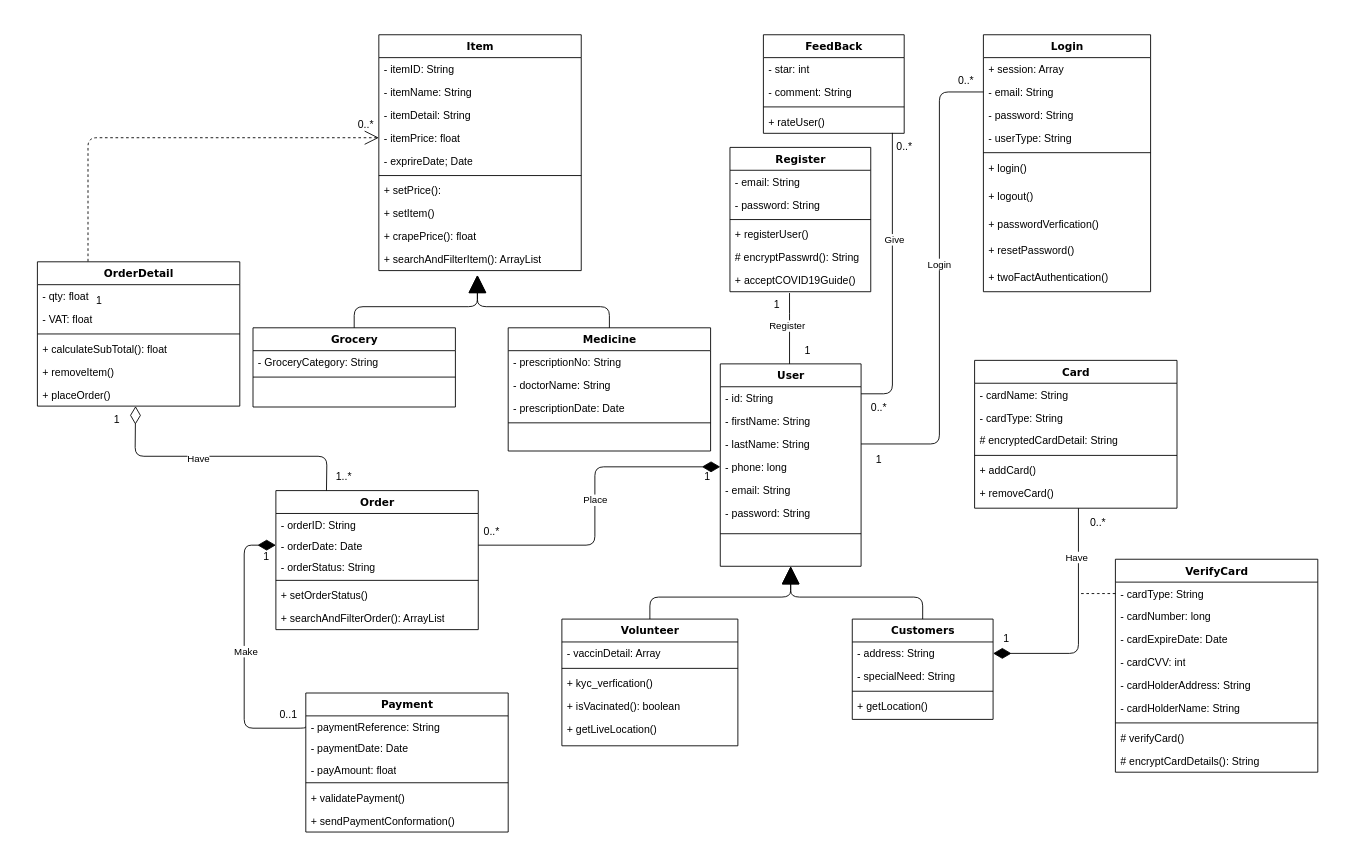
Before: Soft40091 CWK - Class Diagram.drawio in AnjeloM/AnjeloM, a draw.io diagram. Source tidied: cells renumbered, new cells numbered last; positions are measured from the earlier drawing's top-left corner, leaving out a move shared by most shapes. Both pictures are drawn from the tidied source at 88%, with x=0, y=0 at pixel (37, 34).
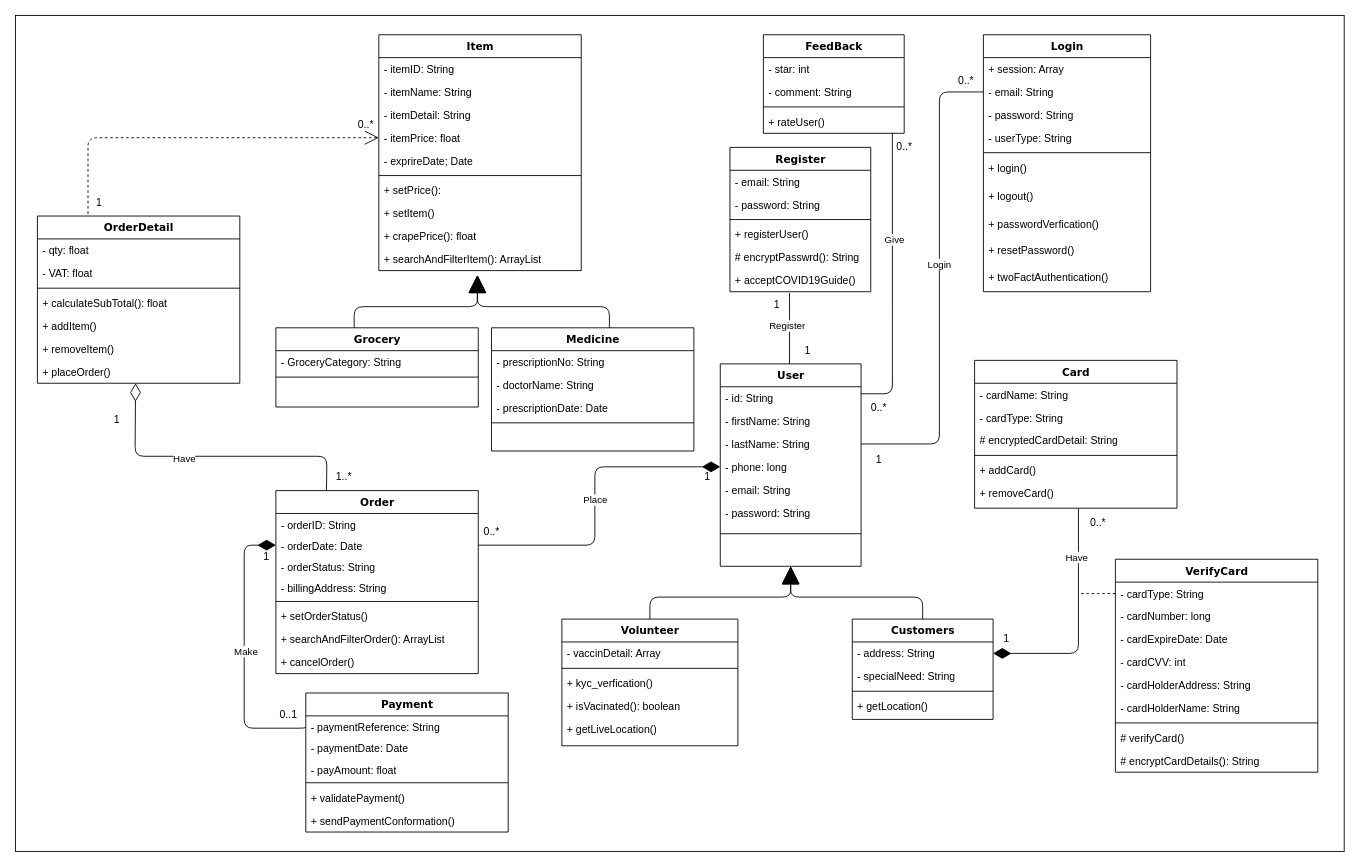
The same diagram, later.

Diff of the diagram source:
```diff
@@
+    <mxCell id="139" style="rounded=0;whiteSpace=wrap;html=1;fillColor=none;" parent="1" vertex="1">
+      <mxGeometry x="-25" y="-22" width="1510" height="950" as="geometry" />
+    </mxCell>
@@
     <mxCell id="62" value="Medicine" style="swimlane;html=1;fontStyle=1;align=center;verticalAlign=top;horizontal=1;startSize=26;swimlaneFillColor=#ffffff;rounded=0;shadow=0;comic=0;labelBackgroundColor=none;strokeWidth=1;fillColor=none;fontFamily=Verdana;fontSize=12;" parent="1" vertex="1">
-      <mxGeometry x="535" y="333" width="230" height="140" as="geometry" />
+      <mxGeometry x="516" y="333" width="230" height="140" as="geometry" />
     </mxCell>
@@
     <mxCell id="68" value="Grocery" style="swimlane;html=1;fontStyle=1;align=center;verticalAlign=top;horizontal=1;startSize=26;swimlaneFillColor=#ffffff;rounded=0;shadow=0;comic=0;labelBackgroundColor=none;strokeWidth=1;fillColor=none;fontFamily=Verdana;fontSize=12;" parent="1" vertex="1">
-      <mxGeometry x="245" y="333" width="230" height="90" as="geometry" />
+      <mxGeometry x="271" y="333" width="230" height="90" as="geometry" />
     </mxCell>
@@
     <mxCell id="73" value="OrderDetail" style="swimlane;html=1;fontStyle=1;align=center;verticalAlign=top;horizontal=1;startSize=26;swimlaneFillColor=#ffffff;rounded=0;shadow=0;comic=0;labelBackgroundColor=none;strokeWidth=1;fillColor=none;fontFamily=Verdana;fontSize=12;" parent="1" vertex="1">
-      <mxGeometry y="258" width="230" height="164" as="geometry" />
+      <mxGeometry y="206" width="230" height="190" as="geometry" />
     </mxCell>
@@
+    <mxCell id="140" value="+ addItem()" style="text;html=1;strokeColor=none;fillColor=none;align=left;verticalAlign=top;spacingLeft=4;spacingRight=4;whiteSpace=wrap;overflow=hidden;" parent="73" vertex="1">
+      <mxGeometry y="112" width="230" height="26" as="geometry" />
+    </mxCell>
     <mxCell id="78" value="+ removeItem()" style="text;html=1;strokeColor=none;fillColor=none;align=left;verticalAlign=top;spacingLeft=4;spacingRight=4;whiteSpace=wrap;overflow=hidden;" parent="73" vertex="1">
-      <mxGeometry y="112" width="230" height="26" as="geometry" />
+      <mxGeometry y="138" width="230" height="26" as="geometry" />
     </mxCell>
     <mxCell id="79" value="+ placeOrder()" style="text;html=1;strokeColor=none;fillColor=none;align=left;verticalAlign=top;spacingLeft=4;spacingRight=4;whiteSpace=wrap;overflow=hidden;points=[[0,0.5],[1,0.5]];portConstraint=eastwest;" parent="73" vertex="1">
-      <mxGeometry y="138" width="230" height="26" as="geometry" />
+      <mxGeometry y="164" width="230" height="26" as="geometry" />
     </mxCell>
     <mxCell id="80" value="Order" style="swimlane;html=1;fontStyle=1;align=center;verticalAlign=top;horizontal=1;startSize=26;swimlaneFillColor=#ffffff;rounded=0;shadow=0;comic=0;labelBackgroundColor=none;strokeWidth=1;fillColor=none;fontFamily=Verdana;fontSize=12;" parent="1" vertex="1">
-      <mxGeometry x="271" y="518" width="230" height="158" as="geometry" />
+      <mxGeometry x="271" y="518" width="230" height="208" as="geometry" />
     </mxCell>
@@
+    <mxCell id="141" value="- billingAddress: String" style="text;html=1;strokeColor=none;fillColor=none;align=left;verticalAlign=top;spacingLeft=4;spacingRight=4;whiteSpace=wrap;overflow=hidden;" parent="80" vertex="1">
+      <mxGeometry y="98" width="230" height="24" as="geometry" />
+    </mxCell>
     <mxCell id="84" style="line;html=1;strokeWidth=1;fillColor=none;align=left;verticalAlign=middle;spacingTop=-1;spacingLeft=3;spacingRight=3;labelPosition=right;" parent="80" vertex="1">
-      <mxGeometry y="98" width="230" height="8" as="geometry" />
+      <mxGeometry y="122" width="230" height="8" as="geometry" />
     </mxCell>
     <mxCell id="85" value="+ setOrderStatus()" style="text;html=1;strokeColor=none;fillColor=none;align=left;verticalAlign=top;spacingLeft=4;spacingRight=4;whiteSpace=wrap;overflow=hidden;" parent="80" vertex="1">
-      <mxGeometry y="106" width="230" height="26" as="geometry" />
+      <mxGeometry y="130" width="230" height="26" as="geometry" />
     </mxCell>
     <mxCell id="86" value="+ searchAndFilterOrder(): ArrayList" style="text;html=1;strokeColor=none;fillColor=none;align=left;verticalAlign=top;spacingLeft=4;spacingRight=4;whiteSpace=wrap;overflow=hidden;" parent="80" vertex="1">
-      <mxGeometry y="132" width="230" height="26" as="geometry" />
+      <mxGeometry y="156" width="230" height="26" as="geometry" />
     </mxCell>
+    <mxCell id="142" value="+ cancelOrder()" style="text;html=1;strokeColor=none;fillColor=none;align=left;verticalAlign=top;spacingLeft=4;spacingRight=4;whiteSpace=wrap;overflow=hidden;" parent="80" vertex="1">
+      <mxGeometry y="182" width="230" height="26" as="geometry" />
+    </mxCell>
@@
     <mxCell id="124" value="1" style="text;html=1;align=center;verticalAlign=middle;strokeColor=none;fillColor=none;" parent="1" vertex="1">
-      <mxGeometry x="55" y="288" width="30" height="30" as="geometry" />
+      <mxGeometry x="55" y="176" width="30" height="30" as="geometry" />
     </mxCell>
```
